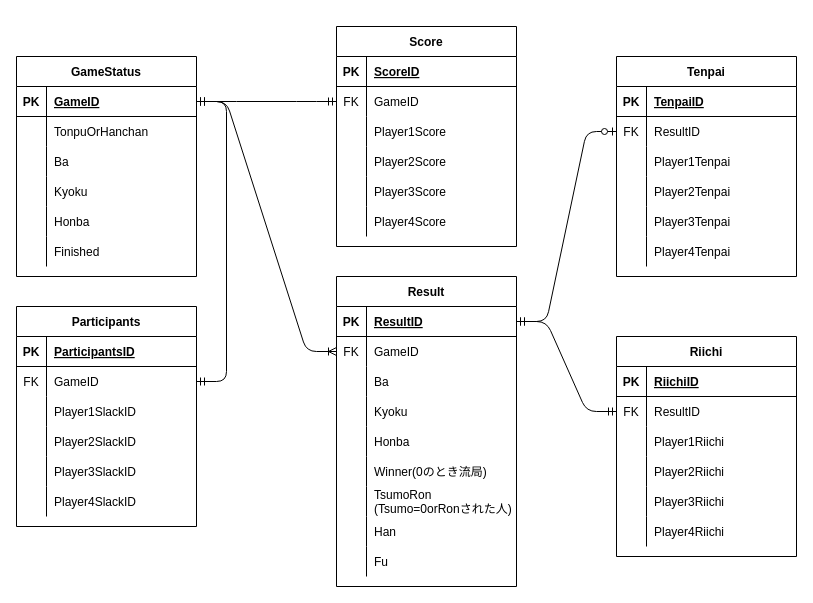
The draw.io diagram ER.dio in landcelita/mahjong-management-slack-app-with-azure, before the edit. Source tidied: cells renumbered, new cells numbered last; positions are measured from the earlier drawing's top-left corner, leaving out a move shared by most shapes. Both pictures are drawn from the tidied source at 100%, with x=0, y=0 at pixel (16, 26).
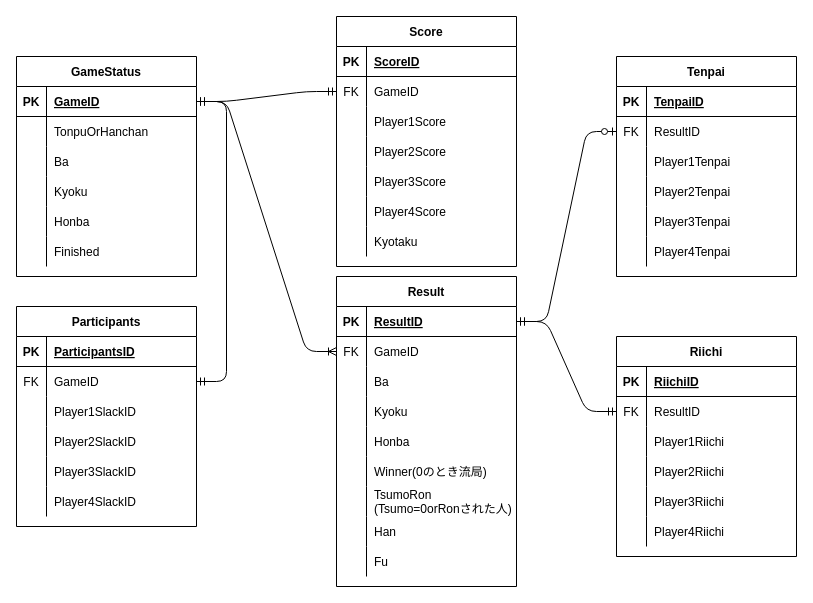
After the change.

The edit, as a diff of the source:
```diff
@@
     <mxCell id="41" value="Score" style="shape=table;startSize=30;childLayout=tableLayout;rowLines=0;fontStyle=1;align=center;" parent="1" vertex="1">
-      <mxGeometry x="320" width="180" height="220" as="geometry" />
+      <mxGeometry x="320" y="-10" width="180" height="250" as="geometry" />
     </mxCell>
@@
+    <mxCell id="130" style="shape=partialRectangle;fillColor=none;top=0;left=0;bottom=0;right=0;" parent="41" vertex="1">
+      <mxGeometry y="210" width="180" height="30" as="geometry" />
+    </mxCell>
+    <mxCell id="131" style="shape=partialRectangle;fillColor=none;top=0;left=0;bottom=0;right=0;overflow=hidden;" parent="130" vertex="1">
+      <mxGeometry width="30" height="30" as="geometry" />
+    </mxCell>
+    <mxCell id="132" value="Kyotaku" style="shape=partialRectangle;fillColor=none;top=0;left=0;bottom=0;right=0;align=left;spacingLeft=6;overflow=hidden;" parent="130" vertex="1">
+      <mxGeometry x="30" width="150" height="30" as="geometry" />
+    </mxCell>
```
